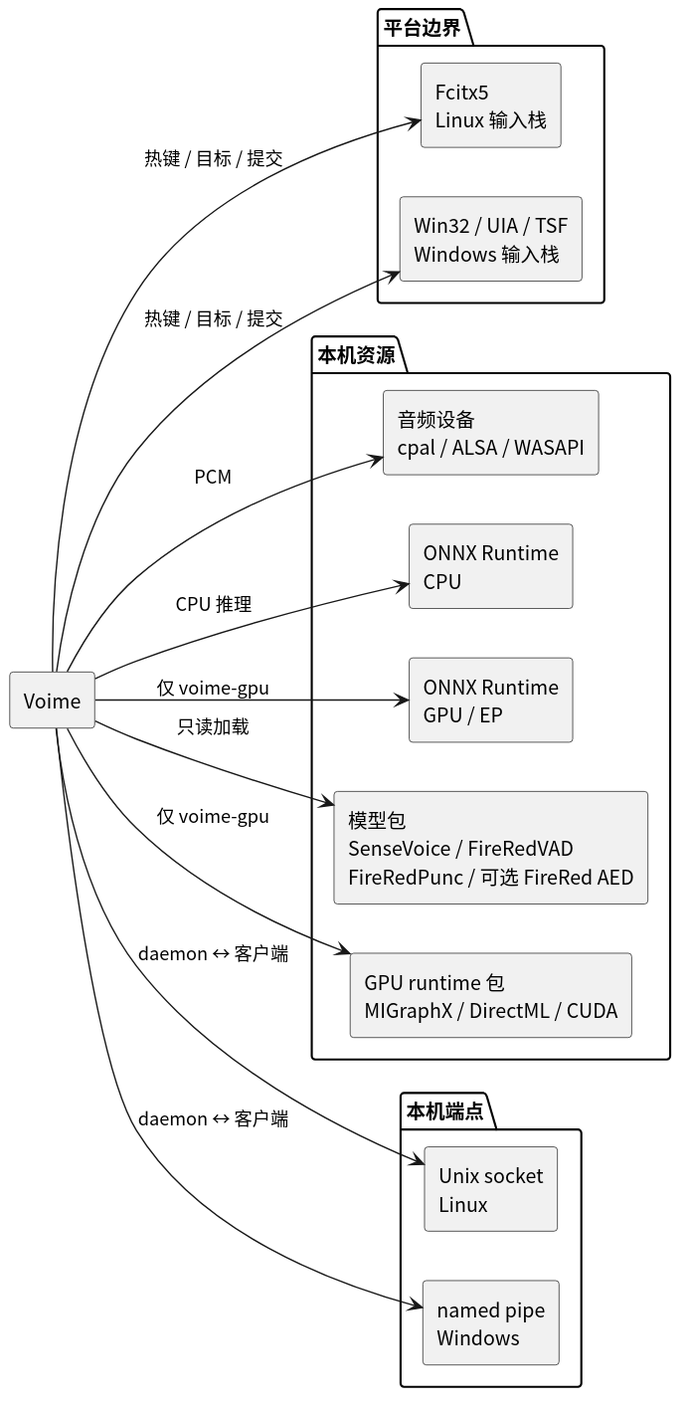
Above: diagram/provider-map.svg in 54m43lJ/voime (PlantUML), before the change.
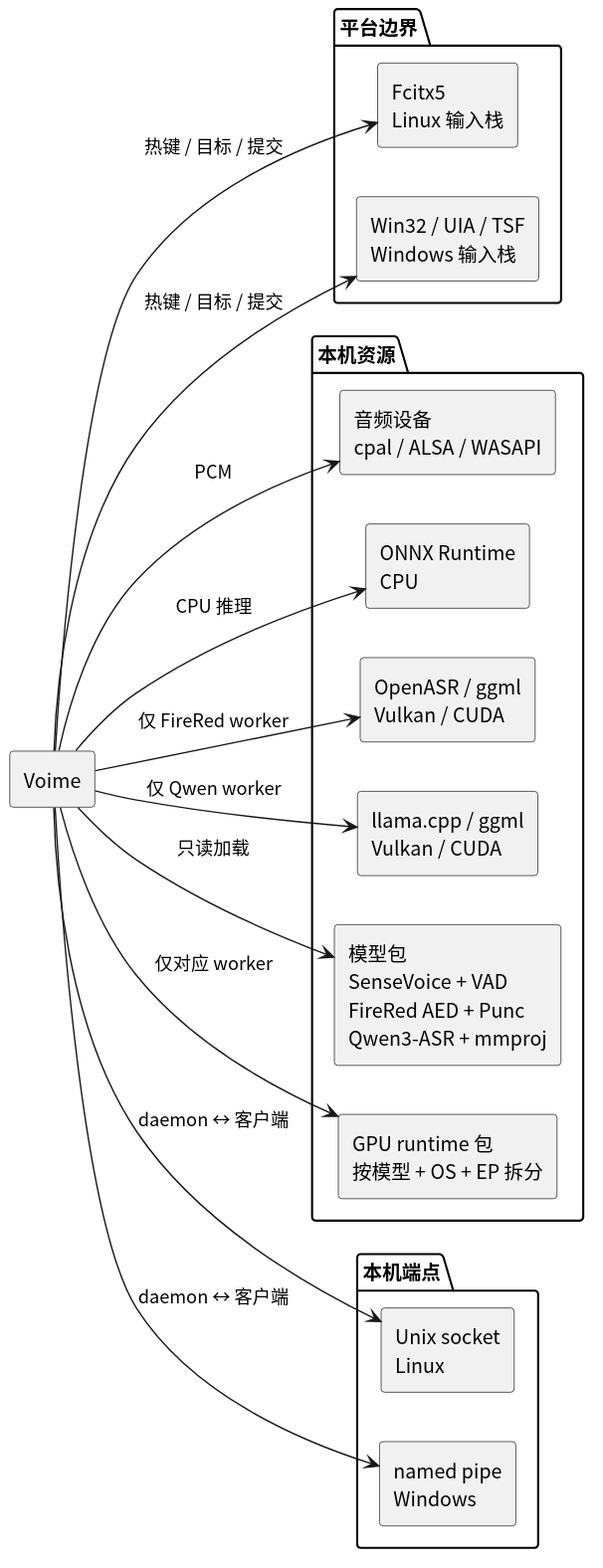
Above is the later version.

The edit, as a diff of the source:
```diff
@@ -14,9 +14,10 @@
 package "本机资源" {
   component "音频设备\ncpal / ALSA / WASAPI" as Audio
   component "ONNX Runtime\nCPU" as OrtCpu
-  component "ONNX Runtime\nGPU / EP" as OrtGpu
-  component "模型包\nSenseVoice / FireRedVAD\nFireRedPunc / 可选 FireRed AED" as Models
-  component "GPU runtime 包\nMIGraphX / DirectML / CUDA" as Runtime
+  component "OpenASR / ggml\nVulkan / CUDA" as OpenAsr
+  component "llama.cpp / ggml\nVulkan / CUDA" as Llama
+  component "模型包\nSenseVoice + VAD\nFireRed AED + Punc\nQwen3-ASR + mmproj" as Models
+  component "GPU runtime 包\n按模型 + OS + EP 拆分" as Runtime
 }
 
 package "本机端点" {
@@ -31,6 +32,7 @@
 Voime --> Models : 只读加载
 Voime --> Unix : daemon ↔ 客户端
 Voime --> Pipe : daemon ↔ 客户端
-Voime --> OrtGpu : 仅 voime-gpu
-Voime --> Runtime : 仅 voime-gpu
+Voime --> OpenAsr : 仅 FireRed worker
+Voime --> Llama : 仅 Qwen worker
+Voime --> Runtime : 仅对应 worker
 @enduml
```
